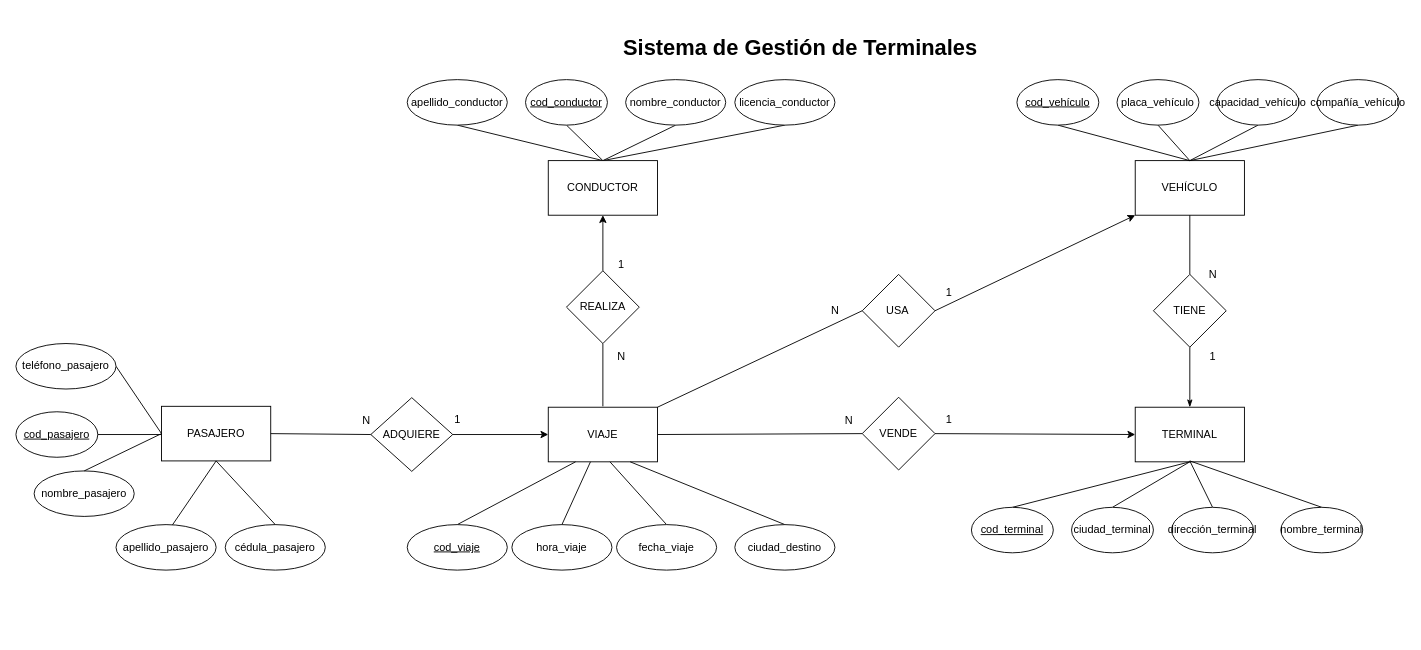
Before: MER.drawio in Vladimirjon/Proyecto_BDD, a draw.io diagram. Source tidied: cells renumbered, new cells numbered last; positions are measured from the earlier drawing's top-left corner, leaving out a move shared by most shapes. Both pictures are drawn from the tidied source at 91%, with x=0, y=0 at pixel (15, 15).
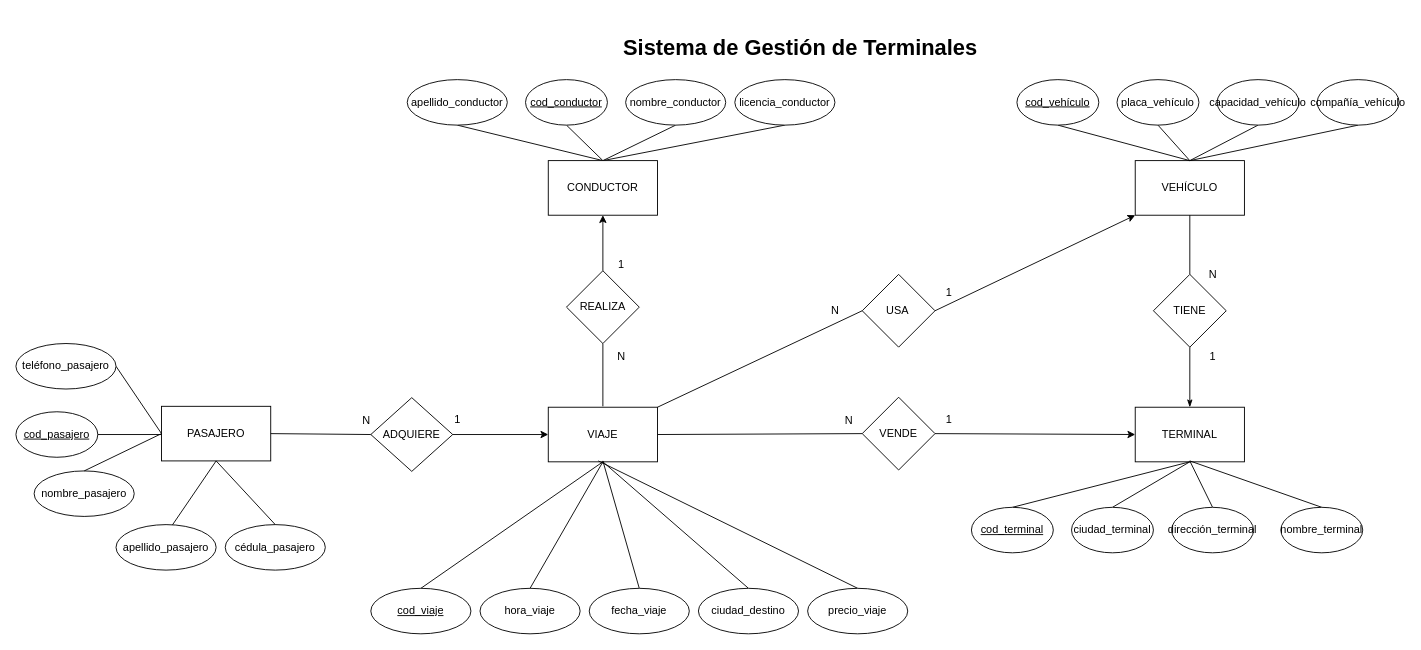
The same page after the edit.

Commit message (it also covers changes not shown here):
Added atributo a viaje

The change refers to these unchanged cells:
```xml
<mxCell id="12" value="VIAJE" style="rounded=0;whiteSpace=wrap;html=1;" parent="1" vertex="1">
  <mxGeometry x="585" y="430" width="120" height="60" as="geometry" />
</mxCell>
```

Diff of the diagram source:
```diff
@@
-    <mxCell id="29" style="edgeStyle=none;html=1;exitX=0.5;exitY=0;exitDx=0;exitDy=0;entryX=0.565;entryY=1;entryDx=0;entryDy=0;endArrow=none;endFill=0;entryPerimeter=0;" parent="1" edge="1" source="30" target="12">
-      <mxGeometry relative="1" as="geometry" />
+    <mxCell id="29" style="edgeStyle=none;html=1;exitX=0.5;exitY=0;exitDx=0;exitDy=0;endArrow=none;endFill=0;" parent="1" edge="1" source="30">
+      <mxGeometry relative="1" as="geometry">
+        <mxPoint x="645" y="489" as="targetPoint" />
+      </mxGeometry>
     </mxCell>
     <mxCell id="30" value="fecha_viaje" style="ellipse;whiteSpace=wrap;html=1;" parent="1" vertex="1">
-      <mxGeometry x="660" y="559" width="110" height="50" as="geometry" />
+      <mxGeometry x="630" y="629" width="110" height="50" as="geometry" />
     </mxCell>
-    <mxCell id="31" style="edgeStyle=none;html=1;exitX=0.5;exitY=0;exitDx=0;exitDy=0;entryX=0.75;entryY=1;entryDx=0;entryDy=0;endArrow=none;endFill=0;" parent="1" edge="1" source="32" target="12">
+    <mxCell id="31" style="edgeStyle=none;html=1;exitX=0.5;exitY=0;exitDx=0;exitDy=0;entryX=0.5;entryY=1;entryDx=0;entryDy=0;endArrow=none;endFill=0;" parent="1" edge="1" source="32" target="12">
       <mxGeometry relative="1" as="geometry" />
     </mxCell>
     <mxCell id="32" value="ciudad_destino" style="ellipse;whiteSpace=wrap;html=1;" parent="1" vertex="1">
-      <mxGeometry x="790" y="559" width="110" height="50" as="geometry" />
+      <mxGeometry x="750" y="629" width="110" height="50" as="geometry" />
     </mxCell>
@@
-    <mxCell id="41" style="edgeStyle=none;html=1;exitX=0.5;exitY=0;exitDx=0;exitDy=0;entryX=0.25;entryY=1;entryDx=0;entryDy=0;endArrow=none;endFill=0;" parent="1" edge="1" source="42" target="12">
+    <mxCell id="41" style="edgeStyle=none;html=1;exitX=0.5;exitY=0;exitDx=0;exitDy=0;entryX=0.5;entryY=1;entryDx=0;entryDy=0;endArrow=none;endFill=0;" parent="1" edge="1" source="42" target="12">
       <mxGeometry relative="1" as="geometry" />
     </mxCell>
     <mxCell id="42" value="&lt;u&gt;cod_viaje&lt;/u&gt;" style="ellipse;whiteSpace=wrap;html=1;" parent="1" vertex="1">
-      <mxGeometry x="430" y="559" width="110" height="50" as="geometry" />
+      <mxGeometry x="390" y="629" width="110" height="50" as="geometry" />
     </mxCell>
@@
-    <mxCell id="73" style="edgeStyle=none;html=1;exitX=0.5;exitY=0;exitDx=0;exitDy=0;endArrow=none;endFill=0;" parent="1" edge="1" source="74" target="12">
+    <mxCell id="73" style="edgeStyle=none;html=1;exitX=0.5;exitY=0;exitDx=0;exitDy=0;endArrow=none;endFill=0;entryX=0.5;entryY=1;entryDx=0;entryDy=0;" parent="1" edge="1" source="74" target="12">
       <mxGeometry relative="1" as="geometry" />
     </mxCell>
     <mxCell id="74" value="hora_viaje" style="ellipse;whiteSpace=wrap;html=1;" parent="1" vertex="1">
-      <mxGeometry x="545" y="559" width="110" height="50" as="geometry" />
+      <mxGeometry x="510" y="629" width="110" height="50" as="geometry" />
     </mxCell>
+    <mxCell id="75" style="edgeStyle=none;html=1;exitX=0.5;exitY=0;exitDx=0;exitDy=0;endArrow=none;endFill=0;" parent="1" edge="1" source="76">
+      <mxGeometry relative="1" as="geometry">
+        <mxPoint x="640" y="489" as="targetPoint" />
+      </mxGeometry>
+    </mxCell>
+    <mxCell id="76" value="precio_viaje" style="ellipse;whiteSpace=wrap;html=1;" parent="1" vertex="1">
+      <mxGeometry x="870" y="629" width="110" height="50" as="geometry" />
+    </mxCell>
```
